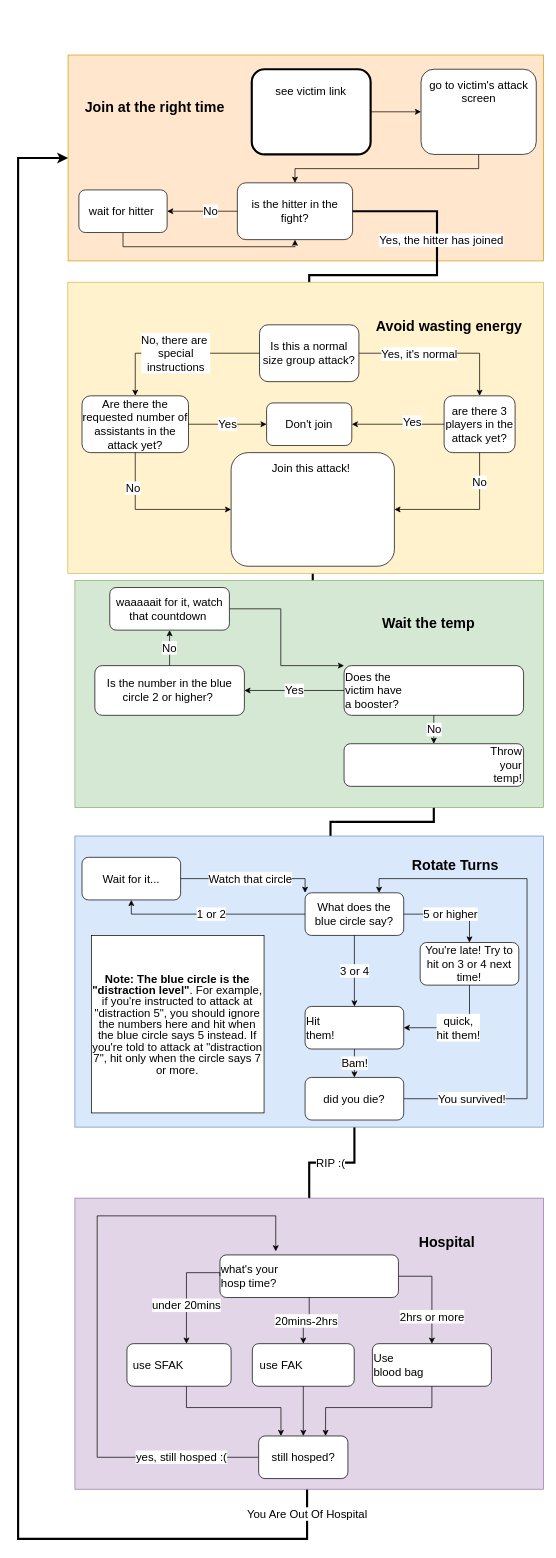
Above: Untitled Diagram.drawio in pomatias/pomatias.github.io (draw.io), before the change. Source tidied: cells renumbered, new cells numbered last; positions are measured from the earlier drawing's top-left corner, leaving out a move shared by most shapes. Both pictures are drawn from the tidied source at 71%, with x=0, y=0 at pixel (18, 55).
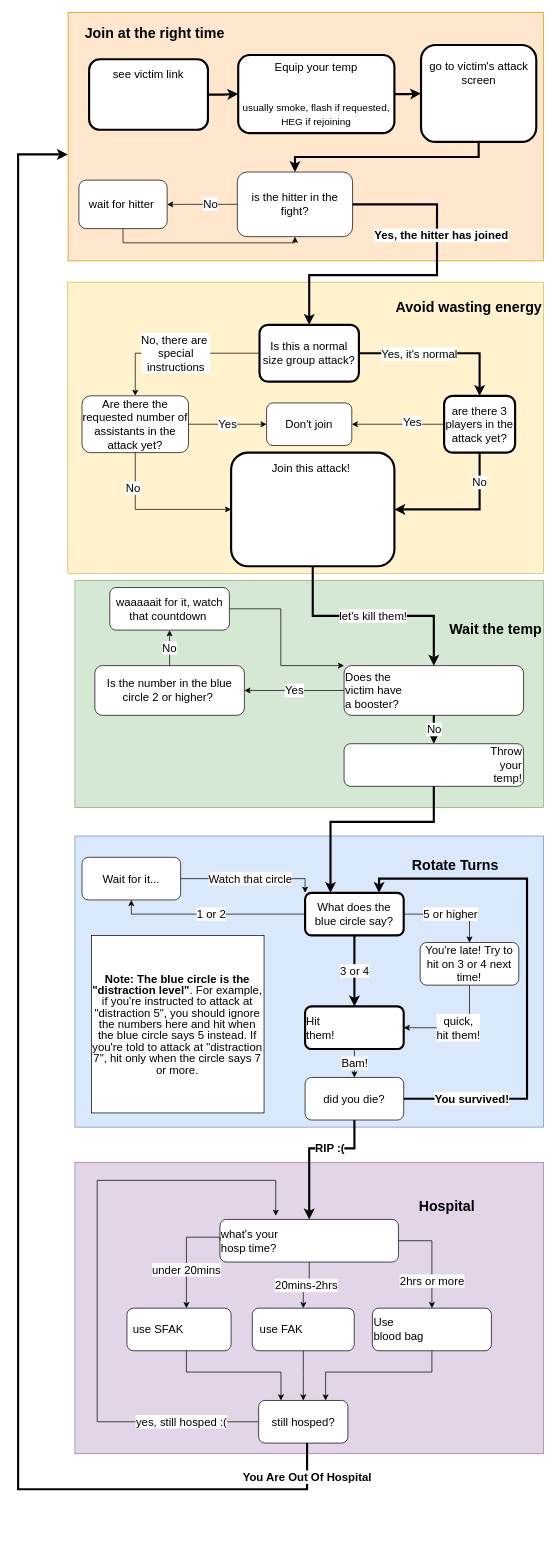
The same diagram, later.

The change refers to these unchanged cells:
```xml
<mxCell id="34" value="Does the &lt;br&gt;victim have &lt;br&gt;a booster?&amp;nbsp;" style="rounded=1;whiteSpace=wrap;html=1;fontSize=16;align=left;" parent="1" vertex="1">
  <mxGeometry x="459.1" y="860" width="252.8" height="70" as="geometry" />
</mxCell>
<mxCell id="40" value="Throw &lt;br&gt;your &lt;br&gt;temp!" style="rounded=1;whiteSpace=wrap;html=1;fontSize=16;align=right;" parent="1" vertex="1">
  <mxGeometry x="459.1" y="970" width="252.8" height="60" as="geometry" />
</mxCell>
<mxCell id="53" value="did you die?" style="rounded=1;whiteSpace=wrap;html=1;fontSize=16;" parent="1" vertex="1">
  <mxGeometry x="404.2" y="1440" width="138.9" height="60" as="geometry" />
</mxCell>
```

What changed in the source:
```diff
@@
     <mxCell id="2" style="group;fontSize=16;labelBackgroundColor=none;strokeColor=none;" parent="1" vertex="1">
-      <mxGeometry x="40" width="700" height="290" as="geometry" />
+      <mxGeometry x="40" y="-40" width="700" height="330" as="geometry" />
     </mxCell>
-    <mxCell id="3" value="&lt;b style=&quot;font-size: 20px&quot;&gt;&amp;nbsp; &amp;nbsp; Join at the right time&lt;br&gt;&lt;br&gt;&lt;br&gt;&lt;br&gt;&lt;br&gt;&lt;br&gt;&lt;br&gt;&lt;/b&gt;" style="rounded=0;whiteSpace=wrap;html=1;align=left;fontSize=16;labelBackgroundColor=none;labelBorderColor=none;fillColor=#ffe6cc;strokeColor=#d79b00;" parent="2" vertex="1">
-      <mxGeometry x="30.4" width="669.6" height="290" as="geometry" />
+    <mxCell id="3" value="&lt;div style=&quot;text-align: center&quot;&gt;&lt;b style=&quot;font-size: 20px&quot;&gt;&amp;nbsp; &amp;nbsp; Join at the right time&lt;/b&gt;&lt;/div&gt;&lt;div style=&quot;text-align: center&quot;&gt;&lt;br&gt;&lt;/div&gt;&lt;br&gt;&lt;br&gt;&lt;br&gt;&lt;br&gt;&lt;br&gt;&lt;br&gt;&lt;br&gt;&lt;br&gt;&lt;br&gt;&lt;br&gt;&lt;br&gt;&lt;div style=&quot;text-align: center&quot;&gt;&lt;span style=&quot;font-size: 20px&quot;&gt;&lt;b&gt;&lt;br&gt;&lt;/b&gt;&lt;/span&gt;&lt;/div&gt;&lt;br&gt;&lt;div style=&quot;text-align: center&quot;&gt;&lt;br&gt;&lt;/div&gt;" style="rounded=0;whiteSpace=wrap;html=1;align=left;fontSize=16;labelBackgroundColor=none;labelBorderColor=none;fillColor=#ffe6cc;strokeColor=#d79b00;" parent="2" vertex="1">
+      <mxGeometry x="30.4" y="-20" width="669.6" height="350" as="geometry" />
     </mxCell>
+    <mxCell id="69" style="edgeStyle=orthogonalEdgeStyle;rounded=0;jettySize=auto;html=1;labelBackgroundColor=#FFCE9F;fontSize=14;fontColor=default;strokeWidth=3;" parent="2" edge="1" source="4" target="71">
+      <mxGeometry relative="1" as="geometry" />
+    </mxCell>
     <mxCell id="4" value="see victim link&lt;br style=&quot;font-size: 16px&quot;&gt;&lt;br style=&quot;font-size: 16px&quot;&gt;&lt;br style=&quot;font-size: 16px&quot;&gt;&lt;br style=&quot;font-size: 16px&quot;&gt;" style="rounded=1;whiteSpace=wrap;html=1;fontSize=16;glass=0;strokeWidth=3;shadow=0;" parent="2" vertex="1">
-      <mxGeometry x="289.1" y="20" width="167.4" height="120" as="geometry" />
+      <mxGeometry x="60" y="46" width="167.4" height="99.3" as="geometry" />
     </mxCell>
-    <mxCell id="5" value="go to victim's attack screen&lt;br style=&quot;font-size: 16px&quot;&gt;&lt;br style=&quot;font-size: 16px&quot;&gt;&lt;br style=&quot;font-size: 16px&quot;&gt;&lt;br style=&quot;font-size: 16px&quot;&gt;" style="rounded=1;whiteSpace=wrap;html=1;fontSize=16;" parent="2" vertex="1">
-      <mxGeometry x="527.5" y="20" width="162.3" height="120" as="geometry" />
+    <mxCell id="5" value="go to victim's attack screen&lt;br style=&quot;font-size: 16px&quot;&gt;&lt;br style=&quot;font-size: 16px&quot;&gt;&lt;br style=&quot;font-size: 16px&quot;&gt;&lt;br style=&quot;font-size: 16px&quot;&gt;" style="rounded=1;whiteSpace=wrap;html=1;fontSize=16;strokeWidth=3;" parent="2" vertex="1">
+      <mxGeometry x="527.5" y="25.8" width="162.3" height="136.6" as="geometry" />
     </mxCell>
-    <mxCell id="6" style="edgeStyle=orthogonalEdgeStyle;rounded=0;jettySize=auto;html=1;entryX=0;entryY=0.5;entryDx=0;entryDy=0;fontSize=16;" parent="2" edge="1" source="4" target="5">
-      <mxGeometry relative="1" as="geometry" />
-    </mxCell>
     <mxCell id="7" value="is the hitter in the fight?" style="rounded=1;whiteSpace=wrap;html=1;fontSize=16;" parent="2" vertex="1">
-      <mxGeometry x="268.8" y="180" width="162.3" height="80" as="geometry" />
+      <mxGeometry x="268.8" y="204.8" width="162.3" height="91" as="geometry" />
     </mxCell>
-    <mxCell id="8" style="edgeStyle=orthogonalEdgeStyle;rounded=0;jettySize=auto;html=1;entryX=0.5;entryY=0;entryDx=0;entryDy=0;exitX=0.5;exitY=1;exitDx=0;exitDy=0;fontSize=16;" parent="2" edge="1" source="5" target="7">
+    <mxCell id="8" style="edgeStyle=orthogonalEdgeStyle;rounded=0;jettySize=auto;html=1;entryX=0.5;entryY=0;entryDx=0;entryDy=0;exitX=0.5;exitY=1;exitDx=0;exitDy=0;fontSize=16;strokeWidth=3;" parent="2" edge="1" source="5" target="7">
       <mxGeometry relative="1" as="geometry" />
     </mxCell>
@@
     <mxCell id="10" value="wait for hitter&amp;nbsp;" style="rounded=1;whiteSpace=wrap;html=1;fontSize=16;" parent="2" vertex="1">
-      <mxGeometry x="45.6" y="190" width="124.3" height="60" as="geometry" />
+      <mxGeometry x="45.6" y="216.2" width="124.3" height="68.3" as="geometry" />
     </mxCell>
@@
-    <mxCell id="12" style="edgeStyle=orthogonalEdgeStyle;rounded=0;jettySize=auto;html=1;entryX=0.5;entryY=0;entryDx=0;entryDy=0;exitX=1;exitY=0.5;exitDx=0;exitDy=0;fontSize=16;strokeWidth=3;" parent="1" edge="1" source="7" target="19">
-      <mxGeometry relative="1" as="geometry">
-        <Array as="points">
-          <mxPoint x="590" y="220" />
-          <mxPoint x="590" y="310" />
-          <mxPoint x="410" y="310" />
-        </Array>
-      </mxGeometry>
-    </mxCell>
-    <mxCell id="13" value="Yes, the hitter has joined" style="edgeLabel;html=1;align=center;verticalAlign=middle;fontSize=16;" parent="12" vertex="1">
-      <mxGeometry x="-0.38" relative="1" as="geometry">
-        <mxPoint x="5" y="17" as="offset" />
-      </mxGeometry>
-    </mxCell>
-    <mxCell id="14" value="let's kill them!" style="edgeStyle=orthogonalEdgeStyle;rounded=0;jettySize=auto;html=1;entryX=0.5;entryY=0;entryDx=0;entryDy=0;exitX=0.5;exitY=1;exitDx=0;exitDy=0;fontSize=16;strokeWidth=3;" parent="1" edge="1" source="29" target="34">
-      <mxGeometry relative="1" as="geometry" />
-    </mxCell>
-    <mxCell id="15" style="edgeStyle=orthogonalEdgeStyle;rounded=0;jettySize=auto;html=1;fontSize=16;strokeWidth=3;" parent="1" edge="1" source="40" target="43">
-      <mxGeometry relative="1" as="geometry">
-        <Array as="points">
-          <mxPoint x="586" y="1080" />
-          <mxPoint x="440" y="1080" />
-        </Array>
-      </mxGeometry>
-    </mxCell>
-    <mxCell id="16" value="RIP :(&lt;br style=&quot;font-size: 16px;&quot;&gt;" style="edgeStyle=orthogonalEdgeStyle;rounded=0;jettySize=auto;html=1;entryX=0.5;entryY=0;entryDx=0;entryDy=0;fontSize=16;exitX=0.5;exitY=1;exitDx=0;exitDy=0;strokeWidth=3;" parent="1" edge="1" source="53" target="57">
-      <mxGeometry x="-0.26" relative="1" as="geometry">
-        <Array as="points">
-          <mxPoint x="474" y="1560" />
-          <mxPoint x="410" y="1560" />
-        </Array>
-      </mxGeometry>
-    </mxCell>
-    <mxCell id="17" value="You Are Out Of Hospital" style="edgeStyle=orthogonalEdgeStyle;rounded=0;jettySize=auto;html=1;entryX=0;entryY=0.5;entryDx=0;entryDy=0;fontSize=16;strokeWidth=3;" parent="1" edge="1" source="65" target="3">
-      <mxGeometry x="-0.96" relative="1" as="geometry">
-        <Array as="points">
-          <mxPoint x="407" y="2090" />
-          <mxPoint y="2090" />
-          <mxPoint y="145" />
-        </Array>
-      </mxGeometry>
-    </mxCell>
+    <mxCell id="70" style="edgeStyle=orthogonalEdgeStyle;rounded=0;jettySize=auto;html=1;labelBackgroundColor=#FFCE9F;fontSize=14;fontColor=default;strokeWidth=3;" parent="2" edge="1" source="71" target="5">
+      <mxGeometry relative="1" as="geometry" />
+    </mxCell>
+    <mxCell id="71" value="Equip your temp&lt;br&gt;&lt;br&gt;&lt;br&gt;&lt;font style=&quot;font-size: 14px&quot;&gt;usually smoke, flash if requested, HEG if rejoining&lt;/font&gt;" style="rounded=1;whiteSpace=wrap;html=1;labelBackgroundColor=none;labelBorderColor=none;fontSize=16;fontColor=default;strokeColor=default;strokeWidth=3;" parent="2" vertex="1">
+      <mxGeometry x="270" y="40" width="220" height="110" as="geometry" />
+    </mxCell>
-    <mxCell id="18" value="&lt;b style=&quot;font-size: 20px&quot;&gt;Avoid wasting energy&amp;nbsp; &amp;nbsp; &amp;nbsp;&lt;br&gt;&lt;/b&gt;&lt;br style=&quot;font-size: 16px&quot;&gt;&lt;br style=&quot;font-size: 16px&quot;&gt;&lt;br style=&quot;font-size: 16px&quot;&gt;&lt;br style=&quot;font-size: 16px&quot;&gt;&lt;br style=&quot;font-size: 16px&quot;&gt;&lt;br style=&quot;font-size: 16px&quot;&gt;&lt;br style=&quot;font-size: 16px&quot;&gt;&lt;br style=&quot;font-size: 16px&quot;&gt;&lt;br style=&quot;font-size: 16px&quot;&gt;&lt;br style=&quot;font-size: 16px&quot;&gt;&lt;br style=&quot;font-size: 16px&quot;&gt;&lt;br style=&quot;font-size: 16px&quot;&gt;&lt;br style=&quot;font-size: 16px&quot;&gt;&lt;br style=&quot;font-size: 16px&quot;&gt;&lt;br style=&quot;font-size: 16px&quot;&gt;" style="rounded=0;whiteSpace=wrap;html=1;align=right;fontSize=16;fillColor=#fff2cc;strokeColor=#d6b656;" parent="1" vertex="1">
+    <mxCell id="18" value="&lt;b style=&quot;font-size: 20px&quot;&gt;Avoid wasting energy&lt;br&gt;&lt;br&gt;&lt;br&gt;&amp;nbsp; &amp;nbsp; &amp;nbsp;&lt;br&gt;&lt;/b&gt;&lt;br style=&quot;font-size: 16px&quot;&gt;&lt;br style=&quot;font-size: 16px&quot;&gt;&lt;br style=&quot;font-size: 16px&quot;&gt;&lt;br style=&quot;font-size: 16px&quot;&gt;&lt;br style=&quot;font-size: 16px&quot;&gt;&lt;br style=&quot;font-size: 16px&quot;&gt;&lt;br style=&quot;font-size: 16px&quot;&gt;&lt;br style=&quot;font-size: 16px&quot;&gt;&lt;br style=&quot;font-size: 16px&quot;&gt;&lt;br style=&quot;font-size: 16px&quot;&gt;&lt;br style=&quot;font-size: 16px&quot;&gt;&lt;br style=&quot;font-size: 16px&quot;&gt;&lt;br style=&quot;font-size: 16px&quot;&gt;&lt;br style=&quot;font-size: 16px&quot;&gt;" style="rounded=0;whiteSpace=wrap;html=1;align=right;fontSize=16;fillColor=#fff2cc;strokeColor=#d6b656;" parent="1" vertex="1">
       <mxGeometry x="70" y="320" width="670" height="410" as="geometry" />
     </mxCell>
-    <mxCell id="19" value="Is this a normal size group attack?" style="rounded=1;whiteSpace=wrap;html=1;fontSize=16;" parent="1" vertex="1">
+    <mxCell id="19" value="Is this a normal size group attack?" style="rounded=1;whiteSpace=wrap;html=1;fontSize=16;strokeWidth=3;" parent="1" vertex="1">
       <mxGeometry x="340" y="380" width="140" height="80" as="geometry" />
     </mxCell>
@@
-    <mxCell id="22" value="are there 3 players in the attack yet?" style="rounded=1;whiteSpace=wrap;html=1;fontSize=16;" parent="1" vertex="1">
+    <mxCell id="22" value="are there 3 players in the attack yet?" style="rounded=1;whiteSpace=wrap;html=1;fontSize=16;strokeWidth=3;" parent="1" vertex="1">
       <mxGeometry x="600" y="480" width="100" height="80" as="geometry" />
     </mxCell>
-    <mxCell id="23" style="edgeStyle=orthogonalEdgeStyle;rounded=0;jettySize=auto;html=1;exitX=1;exitY=0.5;exitDx=0;exitDy=0;fontSize=16;" parent="1" edge="1" source="19" target="22">
+    <mxCell id="23" style="edgeStyle=orthogonalEdgeStyle;rounded=0;jettySize=auto;html=1;exitX=1;exitY=0.5;exitDx=0;exitDy=0;fontSize=16;strokeWidth=3;" parent="1" edge="1" source="19" target="22">
       <mxGeometry relative="1" as="geometry" />
     </mxCell>
@@
-    <mxCell id="29" value="Join this attack!&amp;nbsp;&lt;br style=&quot;font-size: 16px&quot;&gt;&lt;br style=&quot;font-size: 16px&quot;&gt;&lt;br style=&quot;font-size: 16px&quot;&gt;&lt;br style=&quot;font-size: 16px&quot;&gt;&lt;br style=&quot;font-size: 16px&quot;&gt;&lt;br style=&quot;font-size: 16px&quot;&gt;&lt;br style=&quot;font-size: 16px&quot;&gt;" style="rounded=1;whiteSpace=wrap;html=1;fontSize=16;" parent="1" vertex="1">
+    <mxCell id="29" value="Join this attack!&amp;nbsp;&lt;br style=&quot;font-size: 16px&quot;&gt;&lt;br style=&quot;font-size: 16px&quot;&gt;&lt;br style=&quot;font-size: 16px&quot;&gt;&lt;br style=&quot;font-size: 16px&quot;&gt;&lt;br style=&quot;font-size: 16px&quot;&gt;&lt;br style=&quot;font-size: 16px&quot;&gt;&lt;br style=&quot;font-size: 16px&quot;&gt;" style="rounded=1;whiteSpace=wrap;html=1;fontSize=16;strokeWidth=3;" parent="1" vertex="1">
       <mxGeometry x="300" y="560" width="230" height="160" as="geometry" />
     </mxCell>
@@
-    <mxCell id="32" value="No" style="edgeStyle=orthogonalEdgeStyle;rounded=0;jettySize=auto;html=1;fontSize=16;exitX=0.5;exitY=1;exitDx=0;exitDy=0;" parent="1" edge="1" source="22" target="29">
+    <mxCell id="32" value="No" style="edgeStyle=orthogonalEdgeStyle;rounded=0;jettySize=auto;html=1;fontSize=16;exitX=0.5;exitY=1;exitDx=0;exitDy=0;strokeWidth=3;" parent="1" edge="1" source="22" target="29">
       <mxGeometry x="-0.58" relative="1" as="geometry">
         <Array as="points">
           <mxPoint x="650" y="640" />
         </Array>
       </mxGeometry>
     </mxCell>
-    <mxCell id="33" value="&lt;b style=&quot;font-size: 20px&quot;&gt;Wait the temp&amp;nbsp; &amp;nbsp; &amp;nbsp; &amp;nbsp; &amp;nbsp; &amp;nbsp; &amp;nbsp; &amp;nbsp; &amp;nbsp;&lt;br&gt;&lt;br&gt;&lt;br&gt;&lt;/b&gt;&lt;br style=&quot;font-size: 16px&quot;&gt;&lt;br style=&quot;font-size: 16px&quot;&gt;&lt;br style=&quot;font-size: 16px&quot;&gt;&lt;br style=&quot;font-size: 16px&quot;&gt;&lt;br style=&quot;font-size: 16px&quot;&gt;&lt;br style=&quot;font-size: 16px&quot;&gt;&lt;br style=&quot;font-size: 16px&quot;&gt;&lt;br style=&quot;font-size: 16px&quot;&gt;" style="rounded=0;whiteSpace=wrap;html=1;align=right;fontSize=16;fillColor=#d5e8d4;strokeColor=#82b366;" parent="1" vertex="1">
+    <mxCell id="33" value="&lt;b style=&quot;font-size: 20px&quot;&gt;Wait the temp&lt;br&gt;&lt;br&gt;&lt;br&gt;&lt;/b&gt;&lt;br style=&quot;font-size: 16px&quot;&gt;&lt;br style=&quot;font-size: 16px&quot;&gt;&lt;br style=&quot;font-size: 16px&quot;&gt;&lt;br style=&quot;font-size: 16px&quot;&gt;&lt;br style=&quot;font-size: 16px&quot;&gt;&lt;br style=&quot;font-size: 16px&quot;&gt;&lt;br style=&quot;font-size: 16px&quot;&gt;" style="rounded=0;whiteSpace=wrap;html=1;align=right;fontSize=16;fillColor=#d5e8d4;strokeColor=#82b366;" parent="1" vertex="1">
       <mxGeometry x="80" y="740" width="660" height="320" as="geometry" />
     </mxCell>
@@
-    <mxCell id="41" value="No" style="edgeStyle=orthogonalEdgeStyle;rounded=0;jettySize=auto;html=1;fontSize=16;" parent="1" edge="1" source="34" target="40">
+    <mxCell id="41" value="No" style="edgeStyle=orthogonalEdgeStyle;rounded=0;jettySize=auto;html=1;fontSize=16;strokeWidth=3;" parent="1" edge="1" source="34" target="40">
       <mxGeometry relative="1" as="geometry" />
     </mxCell>
@@
-    <mxCell id="43" value="What does the blue circle say?" style="rounded=1;whiteSpace=wrap;html=1;fontSize=16;" parent="1" vertex="1">
+    <mxCell id="43" value="What does the blue circle say?" style="rounded=1;whiteSpace=wrap;html=1;fontSize=16;strokeWidth=3;" parent="1" vertex="1">
       <mxGeometry x="404.2" y="1180" width="138.9" height="60" as="geometry" />
     </mxCell>
@@
-    <mxCell id="49" value="Hit &lt;br&gt;them!" style="rounded=1;whiteSpace=wrap;html=1;fontSize=16;align=left;" parent="1" vertex="1">
+    <mxCell id="49" value="Hit &lt;br&gt;them!" style="rounded=1;whiteSpace=wrap;html=1;fontSize=16;align=left;strokeWidth=3;" parent="1" vertex="1">
       <mxGeometry x="404.2" y="1340" width="138.9" height="60" as="geometry" />
     </mxCell>
-    <mxCell id="50" value="3 or 4" style="edgeStyle=orthogonalEdgeStyle;rounded=0;jettySize=auto;html=1;fontSize=16;" parent="1" edge="1" source="43" target="49">
+    <mxCell id="50" value="3 or 4" style="edgeStyle=orthogonalEdgeStyle;rounded=0;jettySize=auto;html=1;fontSize=16;strokeWidth=3;" parent="1" edge="1" source="43" target="49">
       <mxGeometry relative="1" as="geometry" />
     </mxCell>
@@
-    <mxCell id="52" value="You survived!&lt;br style=&quot;font-size: 16px;&quot;&gt;" style="edgeStyle=orthogonalEdgeStyle;rounded=0;jettySize=auto;html=1;entryX=0.75;entryY=0;entryDx=0;entryDy=0;fontSize=16;" parent="1" edge="1" source="53" target="43">
+    <mxCell id="52" value="&lt;b&gt;You survived!&lt;/b&gt;" style="edgeStyle=orthogonalEdgeStyle;rounded=0;jettySize=auto;html=1;entryX=0.75;entryY=0;entryDx=0;entryDy=0;fontSize=16;strokeWidth=3;" parent="1" edge="1" source="53" target="43">
       <mxGeometry x="-0.73" relative="1" as="geometry">
         <Array as="points">
           <mxPoint x="716.8" y="1470" />
           <mxPoint x="716.8" y="1160" />
           <mxPoint x="508.4" y="1160" />
         </Array>
       </mxGeometry>
     </mxCell>
@@
     <mxCell id="56" value="&lt;b style=&quot;font-size: 20px&quot;&gt;Hospital&amp;nbsp; &amp;nbsp; &amp;nbsp; &amp;nbsp; &amp;nbsp; &amp;nbsp; &amp;nbsp; &amp;nbsp; &amp;nbsp;&lt;br&gt;&lt;/b&gt;&lt;br style=&quot;font-size: 16px&quot;&gt;&lt;br style=&quot;font-size: 16px&quot;&gt;&lt;br style=&quot;font-size: 16px&quot;&gt;&lt;br style=&quot;font-size: 16px&quot;&gt;&lt;br style=&quot;font-size: 16px&quot;&gt;&lt;br style=&quot;font-size: 16px&quot;&gt;&lt;br style=&quot;font-size: 16px&quot;&gt;&lt;br style=&quot;font-size: 16px&quot;&gt;&lt;br style=&quot;font-size: 16px&quot;&gt;&lt;br style=&quot;font-size: 16px&quot;&gt;&lt;br style=&quot;font-size: 16px&quot;&gt;&lt;br style=&quot;font-size: 16px&quot;&gt;&lt;br style=&quot;font-size: 16px&quot;&gt;&lt;br style=&quot;font-size: 16px&quot;&gt;&lt;br style=&quot;font-size: 16px&quot;&gt;" style="rounded=0;whiteSpace=wrap;html=1;align=right;fontSize=16;fillColor=#e1d5e7;strokeColor=#9673a6;" parent="1" vertex="1">
-      <mxGeometry x="80" y="1610" width="660" height="410" as="geometry" />
+      <mxGeometry x="80" y="1560" width="660" height="410" as="geometry" />
     </mxCell>
     <mxCell id="57" value="what's your &lt;br&gt;&lt;div&gt;&lt;span&gt;hosp time?&amp;nbsp;&lt;/span&gt;&lt;/div&gt;" style="rounded=1;whiteSpace=wrap;html=1;fontSize=16;align=left;" parent="1" vertex="1">
-      <mxGeometry x="284.3" y="1690" width="251.4" height="60" as="geometry" />
+      <mxGeometry x="284.3" y="1640" width="251.4" height="60" as="geometry" />
     </mxCell>
     <mxCell id="58" value="use SFAK&amp;nbsp; &amp;nbsp; &amp;nbsp; &amp;nbsp; &amp;nbsp; &amp;nbsp; &amp;nbsp;" style="rounded=1;whiteSpace=wrap;html=1;fontSize=16;" parent="1" vertex="1">
-      <mxGeometry x="153.3" y="1815" width="146.7" height="60" as="geometry" />
+      <mxGeometry x="153.3" y="1765" width="146.7" height="60" as="geometry" />
     </mxCell>
     <mxCell id="59" value="under 20mins" style="edgeStyle=orthogonalEdgeStyle;rounded=0;jettySize=auto;html=1;exitX=0;exitY=0.5;exitDx=0;exitDy=0;fontSize=16;" parent="1" edge="1" source="57" target="58">
       <mxGeometry x="0.29" relative="1" as="geometry">
         <Array as="points">
-          <mxPoint x="237.1" y="1715" />
+          <mxPoint x="237.1" y="1665" />
         </Array>
       </mxGeometry>
     </mxCell>
     <mxCell id="60" value="use FAK&amp;nbsp; &amp;nbsp; &amp;nbsp; &amp;nbsp; &amp;nbsp; &amp;nbsp; &amp;nbsp;&amp;nbsp;" style="rounded=1;whiteSpace=wrap;html=1;fontSize=16;" parent="1" vertex="1">
-      <mxGeometry x="329.9" y="1815" width="143.5" height="60" as="geometry" />
+      <mxGeometry x="329.9" y="1765" width="143.5" height="60" as="geometry" />
     </mxCell>
@@
     <mxCell id="62" value="Use &lt;br&gt;blood bag&amp;nbsp; &amp;nbsp; &amp;nbsp; &amp;nbsp; &amp;nbsp; &amp;nbsp;" style="rounded=1;whiteSpace=wrap;html=1;fontSize=16;align=left;" parent="1" vertex="1">
-      <mxGeometry x="499" y="1815" width="167.6" height="60" as="geometry" />
+      <mxGeometry x="499" y="1765" width="167.6" height="60" as="geometry" />
     </mxCell>
@@
     <mxCell id="64" value="yes, still hosped :(" style="edgeStyle=orthogonalEdgeStyle;rounded=0;jettySize=auto;html=1;startArrow=none;exitX=0;exitY=0.5;exitDx=0;exitDy=0;fontSize=16;" parent="1" edge="1" source="65">
       <mxGeometry x="-0.75" relative="1" as="geometry">
-        <mxPoint x="362.9" y="1685" as="targetPoint" />
+        <mxPoint x="362.9" y="1635" as="targetPoint" />
         <Array as="points">
-          <mxPoint x="111.4" y="1975" />
-          <mxPoint x="111.4" y="1635" />
-          <mxPoint x="362.9" y="1635" />
+          <mxPoint x="111.4" y="1925" />
+          <mxPoint x="111.4" y="1585" />
+          <mxPoint x="362.9" y="1585" />
         </Array>
       </mxGeometry>
     </mxCell>
     <mxCell id="65" value="still hosped?" style="rounded=1;whiteSpace=wrap;html=1;fontSize=16;" parent="1" vertex="1">
-      <mxGeometry x="338.8" y="1945" width="125.7" height="60" as="geometry" />
+      <mxGeometry x="338.8" y="1895" width="125.7" height="60" as="geometry" />
     </mxCell>
     <mxCell id="66" style="edgeStyle=orthogonalEdgeStyle;rounded=0;jettySize=auto;html=1;entryX=0.25;entryY=0;entryDx=0;entryDy=0;fontSize=16;" parent="1" edge="1" source="58" target="65">
       <mxGeometry relative="1" as="geometry">
         <Array as="points">
-          <mxPoint x="237.1" y="1905" />
-          <mxPoint x="370.2" y="1905" />
+          <mxPoint x="237.1" y="1855" />
+          <mxPoint x="370.2" y="1855" />
         </Array>
       </mxGeometry>
     </mxCell>
@@
     <mxCell id="68" style="edgeStyle=orthogonalEdgeStyle;rounded=0;jettySize=auto;html=1;entryX=0.75;entryY=0;entryDx=0;entryDy=0;fontSize=16;exitX=0.5;exitY=1;exitDx=0;exitDy=0;" parent="1" edge="1" source="62" target="65">
       <mxGeometry relative="1" as="geometry">
         <Array as="points">
-          <mxPoint x="582.9" y="1905" />
-          <mxPoint x="433" y="1905" />
+          <mxPoint x="582.9" y="1855" />
+          <mxPoint x="433" y="1855" />
         </Array>
       </mxGeometry>
     </mxCell>
+    <mxCell id="12" style="edgeStyle=orthogonalEdgeStyle;rounded=0;jettySize=auto;html=1;entryX=0.5;entryY=0;entryDx=0;entryDy=0;exitX=1;exitY=0.5;exitDx=0;exitDy=0;fontSize=16;strokeWidth=3;" parent="1" edge="1" source="7" target="19">
+      <mxGeometry relative="1" as="geometry">
+        <Array as="points">
+          <mxPoint x="590" y="210" />
+          <mxPoint x="590" y="310" />
+          <mxPoint x="410" y="310" />
+        </Array>
+      </mxGeometry>
+    </mxCell>
+    <mxCell id="13" value="&lt;b&gt;Yes, the hitter has joined&lt;/b&gt;" style="edgeLabel;html=1;align=center;verticalAlign=middle;fontSize=16;" parent="12" vertex="1">
+      <mxGeometry x="-0.38" relative="1" as="geometry">
+        <mxPoint x="5" y="17" as="offset" />
+      </mxGeometry>
+    </mxCell>
+    <mxCell id="14" value="let's kill them!" style="edgeStyle=orthogonalEdgeStyle;rounded=0;jettySize=auto;html=1;entryX=0.5;entryY=0;entryDx=0;entryDy=0;exitX=0.5;exitY=1;exitDx=0;exitDy=0;fontSize=16;strokeWidth=3;" parent="1" edge="1" source="29" target="34">
+      <mxGeometry relative="1" as="geometry" />
+    </mxCell>
+    <mxCell id="15" style="edgeStyle=orthogonalEdgeStyle;rounded=0;jettySize=auto;html=1;fontSize=16;strokeWidth=3;" parent="1" edge="1" source="40" target="43">
+      <mxGeometry relative="1" as="geometry">
+        <Array as="points">
+          <mxPoint x="586" y="1080" />
+          <mxPoint x="440" y="1080" />
+        </Array>
+      </mxGeometry>
+    </mxCell>
+    <mxCell id="16" value="&lt;b&gt;RIP :(&lt;/b&gt;" style="edgeStyle=orthogonalEdgeStyle;rounded=0;jettySize=auto;html=1;entryX=0.5;entryY=0;entryDx=0;entryDy=0;fontSize=16;exitX=0.5;exitY=1;exitDx=0;exitDy=0;strokeWidth=3;" parent="1" edge="1" source="53" target="57">
+      <mxGeometry x="-0.26" relative="1" as="geometry">
+        <Array as="points">
+          <mxPoint x="474" y="1540" />
+          <mxPoint x="410" y="1540" />
+        </Array>
+      </mxGeometry>
+    </mxCell>
+    <mxCell id="17" value="&lt;b&gt;You Are Out Of Hospital&lt;/b&gt;" style="edgeStyle=orthogonalEdgeStyle;rounded=0;jettySize=auto;html=1;fontSize=16;strokeWidth=3;" parent="1" edge="1" source="65">
+      <mxGeometry x="-0.96" relative="1" as="geometry">
+        <mxPoint x="70" y="140" as="targetPoint" />
+        <Array as="points">
+          <mxPoint x="407" y="2020" />
+          <mxPoint y="2020" />
+          <mxPoint y="140" />
+        </Array>
+      </mxGeometry>
+    </mxCell>
```
